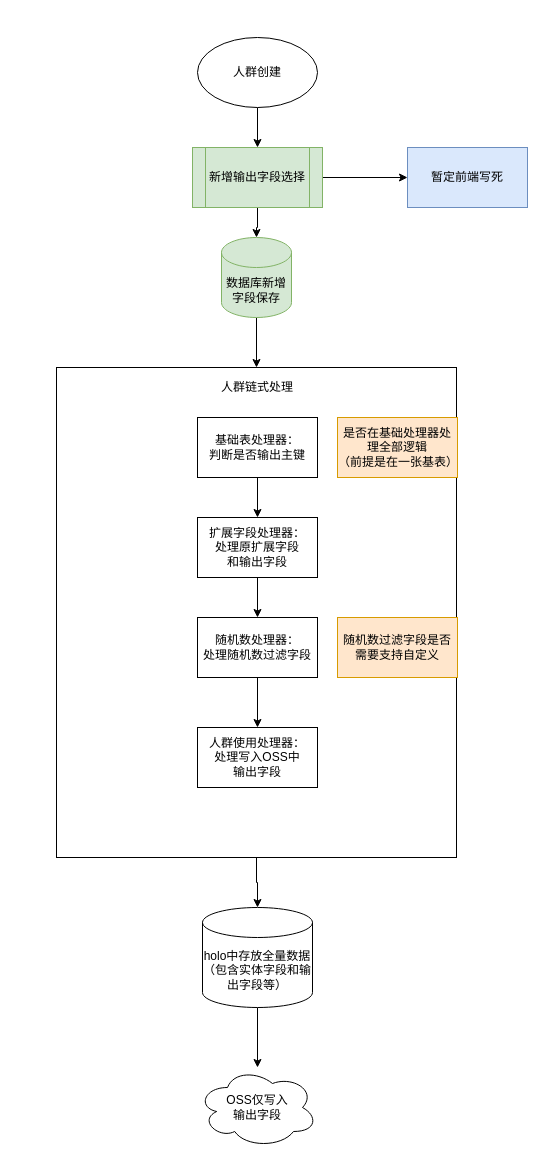
Before: 人群附带字段.drawio in 1418956397/JavaWeb-Project-Source-Share, a draw.io diagram. Source tidied: cells renumbered, new cells numbered last; positions are measured from the earlier drawing's top-left corner, leaving out a move shared by most shapes. Both pictures are drawn from the tidied source at 100%, with x=0, y=0 at pixel (56, 37).
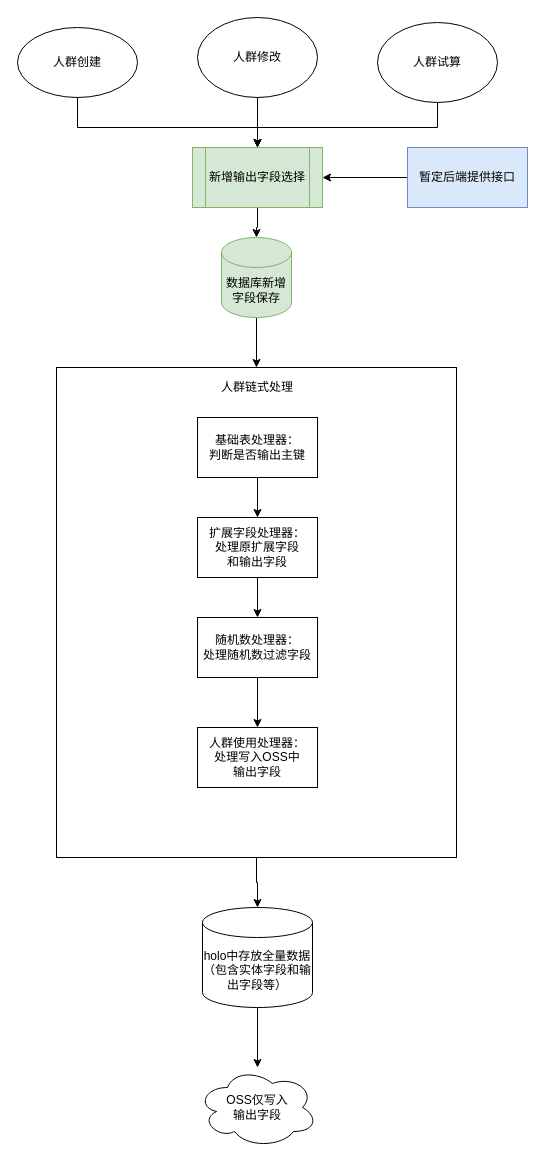
The same page after the edit.

Commit message:
更新人群附带字段.drawio

Unchanged cells that the change refers to:
```xml
<mxCell id="6" value="新增输出字段选择" style="shape=process;whiteSpace=wrap;html=1;backgroundOutline=1;fillColor=#d5e8d4;strokeColor=#82b366;" parent="1" vertex="1">
  <mxGeometry x="136" y="110" width="130" height="60" as="geometry" />
</mxCell>
```

What changed in the source:
```diff
@@
     <mxCell id="2" style="edgeStyle=orthogonalEdgeStyle;rounded=0;jettySize=auto;html=1;" parent="1" edge="1" source="3" target="6">
-      <mxGeometry relative="1" as="geometry" />
+      <mxGeometry relative="1" as="geometry">
+        <Array as="points">
+          <mxPoint x="21" y="90" />
+          <mxPoint x="201" y="90" />
+        </Array>
+      </mxGeometry>
     </mxCell>
     <mxCell id="3" value="人群创建" style="ellipse;whiteSpace=wrap;html=1;" parent="1" vertex="1">
-      <mxGeometry x="141" width="120" height="70" as="geometry" />
+      <mxGeometry x="-39" y="-10" width="120" height="70" as="geometry" />
     </mxCell>
@@
-    <mxCell id="5" style="edgeStyle=orthogonalEdgeStyle;rounded=0;jettySize=auto;html=1;fontFamily=Helvetica;fontSize=12;fontColor=default;" parent="1" edge="1" source="6" target="19">
-      <mxGeometry relative="1" as="geometry" />
-    </mxCell>
@@
-    <mxCell id="16" value="是否在基础处理器处理全部逻辑&lt;div&gt;（前提是在一张基表）&lt;/div&gt;" style="rounded=0;whiteSpace=wrap;html=1;strokeColor=#d79b00;align=center;verticalAlign=middle;fontFamily=Helvetica;fontSize=12;fillColor=#ffe6cc;" parent="1" vertex="1">
-      <mxGeometry x="281" y="380" width="120" height="60" as="geometry" />
-    </mxCell>
@@
+    <mxCell id="25" style="edgeStyle=orthogonalEdgeStyle;rounded=0;jettySize=auto;html=1;fontFamily=Helvetica;fontSize=12;fontColor=default;" parent="1" edge="1" source="19" target="6">
+      <mxGeometry relative="1" as="geometry" />
+    </mxCell>
-    <mxCell id="19" value="暂定前端写死" style="rounded=0;whiteSpace=wrap;html=1;strokeColor=#6c8ebf;align=center;verticalAlign=middle;fontFamily=Helvetica;fontSize=12;fillColor=#dae8fc;" parent="1" vertex="1">
+    <mxCell id="19" value="暂定后端提供接口" style="rounded=0;whiteSpace=wrap;html=1;strokeColor=#6c8ebf;align=center;verticalAlign=middle;fontFamily=Helvetica;fontSize=12;fillColor=#dae8fc;" parent="1" vertex="1">
       <mxGeometry x="351" y="110" width="120" height="60" as="geometry" />
     </mxCell>
-    <mxCell id="20" value="随机数过滤字段是否需要支持自定义" style="rounded=0;whiteSpace=wrap;html=1;strokeColor=#d79b00;align=center;verticalAlign=middle;fontFamily=Helvetica;fontSize=12;fillColor=#ffe6cc;" parent="1" vertex="1">
-      <mxGeometry x="281" y="580" width="120" height="60" as="geometry" />
-    </mxCell>
@@
+    <mxCell id="26" style="edgeStyle=orthogonalEdgeStyle;rounded=0;jettySize=auto;html=1;entryX=0.5;entryY=0;entryDx=0;entryDy=0;fontFamily=Helvetica;fontSize=12;fontColor=default;" parent="1" edge="1" source="27" target="6">
+      <mxGeometry relative="1" as="geometry" />
+    </mxCell>
+    <mxCell id="27" value="人群修改" style="ellipse;whiteSpace=wrap;html=1;strokeColor=default;align=center;verticalAlign=middle;fontFamily=Helvetica;fontSize=12;fontColor=default;fillColor=default;" parent="1" vertex="1">
+      <mxGeometry x="141" y="-20" width="120" height="80" as="geometry" />
+    </mxCell>
+    <mxCell id="28" style="edgeStyle=orthogonalEdgeStyle;rounded=0;jettySize=auto;html=1;fontFamily=Helvetica;fontSize=12;fontColor=default;" parent="1" edge="1" source="29" target="6">
+      <mxGeometry relative="1" as="geometry">
+        <Array as="points">
+          <mxPoint x="381" y="90" />
+          <mxPoint x="201" y="90" />
+        </Array>
+      </mxGeometry>
+    </mxCell>
+    <mxCell id="29" value="人群试算" style="ellipse;whiteSpace=wrap;html=1;strokeColor=default;align=center;verticalAlign=middle;fontFamily=Helvetica;fontSize=12;fontColor=default;fillColor=default;" parent="1" vertex="1">
+      <mxGeometry x="321" y="-15" width="120" height="80" as="geometry" />
+    </mxCell>
```
